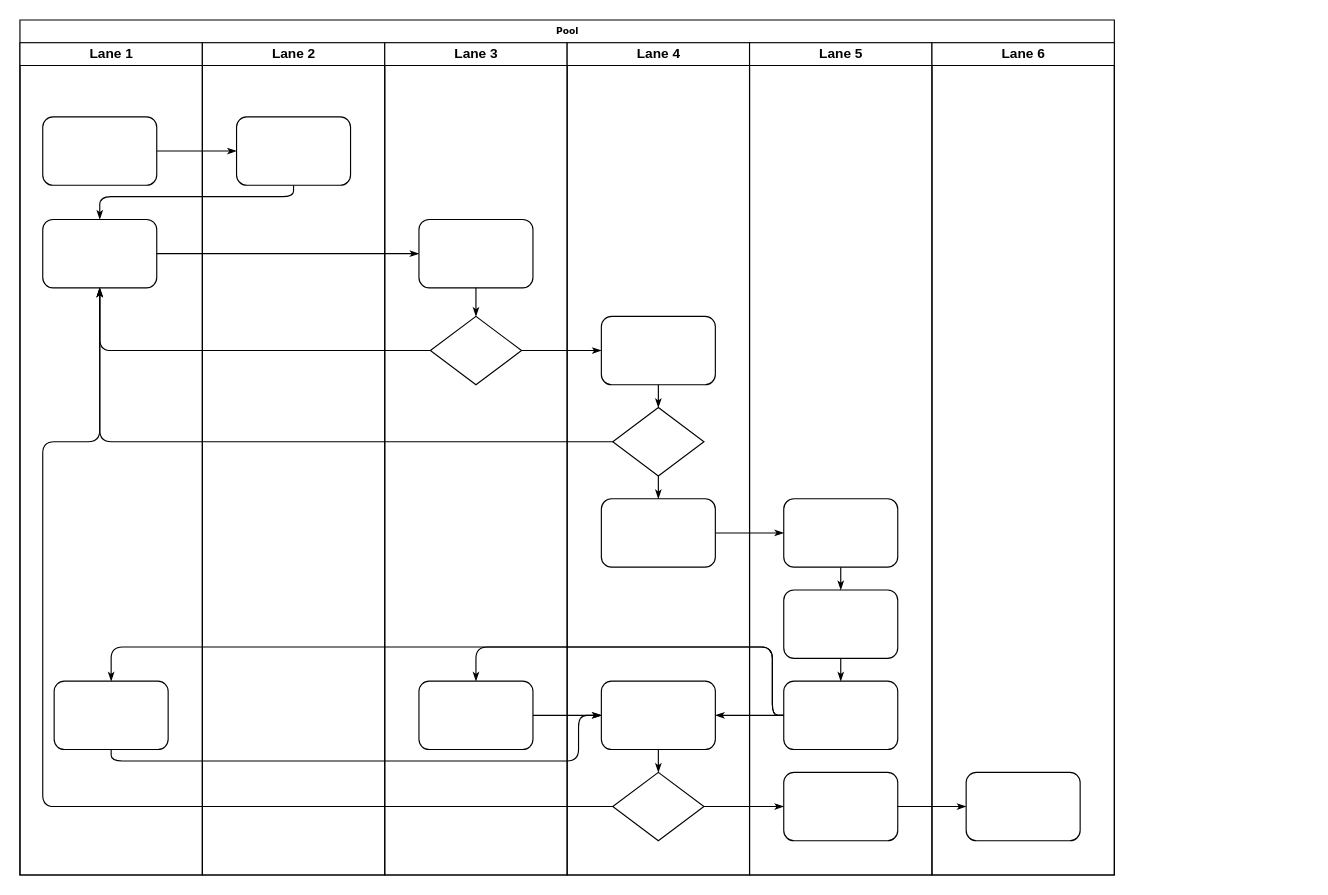
Before: 架构设计/未命名绘图.drawio in haiyunzhu/javaKnowledge, a draw.io diagram. Source tidied: cells renumbered, new cells numbered last; positions are measured from the earlier drawing's top-left corner, leaving out a move shared by most shapes. Both pictures are drawn from the tidied source at 114%, with x=0, y=0 at pixel (19, 19).
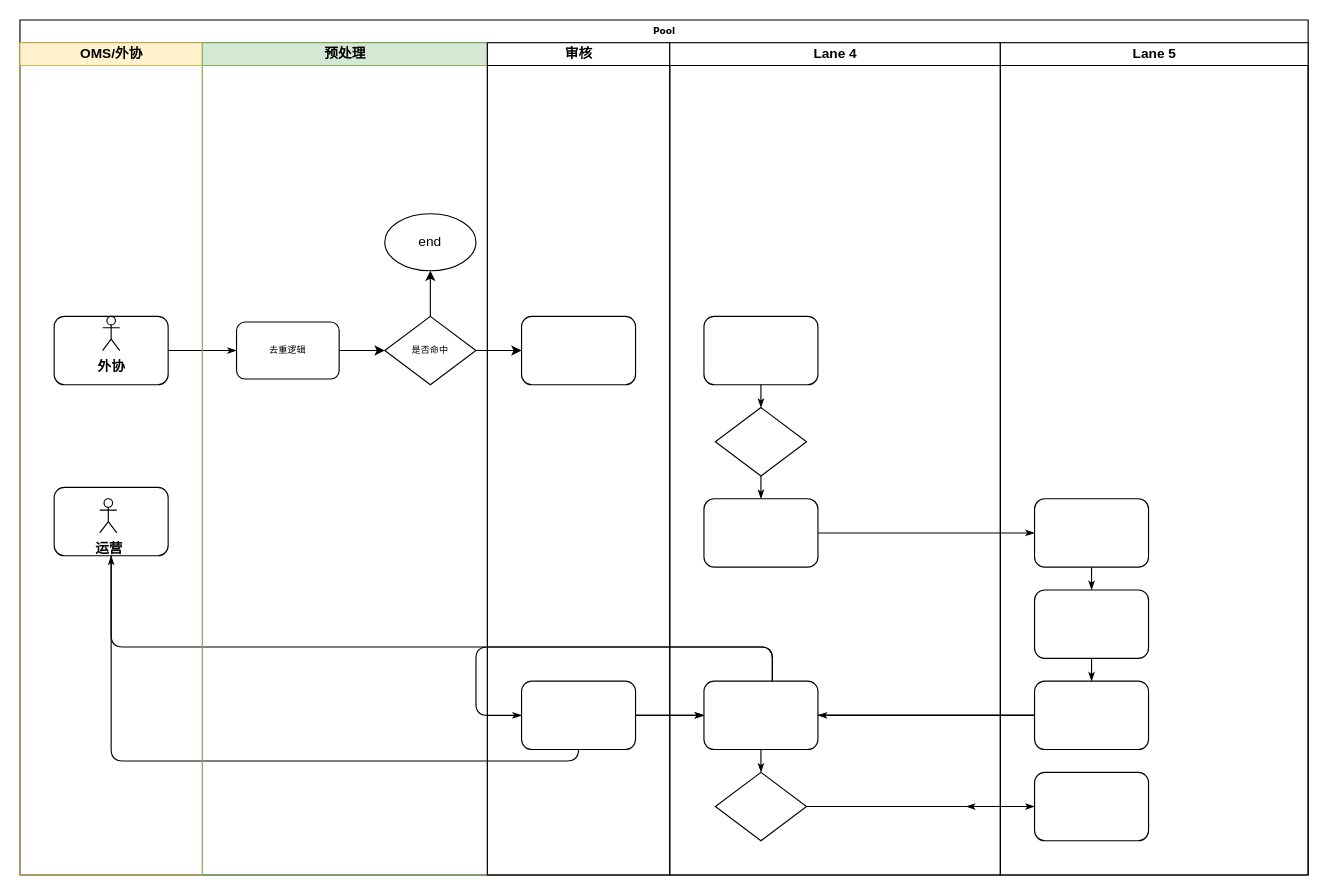
The same page after the edit.

Commit message:
未命名绘图.drawio

The change refers to these unchanged cells:
```xml
<mxCell id="30" style="rounded=1;whiteSpace=wrap;html=1;shadow=0;labelBackgroundColor=none;strokeWidth=1;fontFamily=Verdana;fontSize=8;align=center;" parent="29" vertex="1">
  <mxGeometry x="30" y="240" width="100" height="60" as="geometry" />
</mxCell>
<mxCell id="31" style="rhombus;whiteSpace=wrap;html=1;rounded=0;shadow=0;labelBackgroundColor=none;strokeWidth=1;fontFamily=Verdana;fontSize=8;align=center;" parent="29" vertex="1">
  <mxGeometry x="40" y="320" width="80" height="60" as="geometry" />
</mxCell>
<mxCell id="34" style="rhombus;whiteSpace=wrap;html=1;rounded=0;shadow=0;labelBackgroundColor=none;strokeWidth=1;fontFamily=Verdana;fontSize=8;align=center;" parent="29" vertex="1">
  <mxGeometry x="40" y="640" width="80" height="60" as="geometry" />
</mxCell>
<mxCell id="42" style="rounded=1;whiteSpace=wrap;html=1;shadow=0;labelBackgroundColor=none;strokeWidth=1;fontFamily=Verdana;fontSize=8;align=center;" parent="38" vertex="1">
  <mxGeometry x="30" y="640" width="100" height="60" as="geometry" />
</mxCell>
```

The edit, as a diff of the source:
```diff
@@
     <mxCell id="2" value="Pool" style="swimlane;html=1;startSize=20;rounded=0;shadow=0;labelBackgroundColor=none;strokeWidth=1;fontFamily=Verdana;fontSize=8;align=center;" parent="1" vertex="1">
-      <mxGeometry width="960" height="750" as="geometry" />
+      <mxGeometry width="1130" height="750" as="geometry" />
     </mxCell>
-    <mxCell id="3" value="Lane 1" style="swimlane;html=1;startSize=20;" parent="2" vertex="1">
+    <mxCell id="3" value="OMS/外协" style="swimlane;html=1;startSize=20;fillColor=#fff2cc;strokeColor=#d6b656;" parent="2" vertex="1">
       <mxGeometry y="20" width="160" height="730" as="geometry" />
     </mxCell>
     <mxCell id="4" style="rounded=1;whiteSpace=wrap;html=1;shadow=0;labelBackgroundColor=none;strokeWidth=1;fontFamily=Verdana;fontSize=8;align=center;" parent="3" vertex="1">
-      <mxGeometry x="20" y="65" width="100" height="60" as="geometry" />
+      <mxGeometry x="30" y="240" width="100" height="60" as="geometry" />
     </mxCell>
-    <mxCell id="5" style="rounded=1;whiteSpace=wrap;html=1;shadow=0;labelBackgroundColor=none;strokeWidth=1;fontFamily=Verdana;fontSize=8;align=center;" parent="3" vertex="1">
-      <mxGeometry x="20" y="155" width="100" height="60" as="geometry" />
-    </mxCell>
     <mxCell id="6" style="rounded=1;whiteSpace=wrap;html=1;shadow=0;labelBackgroundColor=none;strokeWidth=1;fontFamily=Verdana;fontSize=8;align=center;" parent="3" vertex="1">
-      <mxGeometry x="30" y="560" width="100" height="60" as="geometry" />
+      <mxGeometry x="30" y="390" width="100" height="60" as="geometry" />
     </mxCell>
+    <mxCell id="47" value="&lt;b&gt;外协&lt;/b&gt;" style="shape=umlActor;verticalLabelPosition=bottom;verticalAlign=top;html=1;" parent="3" vertex="1">
+      <mxGeometry x="72.5" y="240" width="15" height="30" as="geometry" />
+    </mxCell>
@@
-    <mxCell id="8" style="edgeStyle=orthogonalEdgeStyle;rounded=1;html=1;labelBackgroundColor=none;startArrow=none;startFill=0;startSize=5;endArrow=classicThin;endFill=1;endSize=5;jettySize=auto;strokeWidth=1;fontFamily=Verdana;fontSize=8;" parent="2" edge="1" source="23" target="5">
-      <mxGeometry relative="1" as="geometry">
-        <Array as="points">
-          <mxPoint x="240" y="155" />
-          <mxPoint x="70" y="155" />
-        </Array>
-      </mxGeometry>
-    </mxCell>
-    <mxCell id="9" style="edgeStyle=orthogonalEdgeStyle;rounded=1;html=1;labelBackgroundColor=none;startArrow=none;startFill=0;startSize=5;endArrow=classicThin;endFill=1;endSize=5;jettySize=auto;strokeWidth=1;fontFamily=Verdana;fontSize=8;" parent="2" edge="1" source="5" target="25">
-      <mxGeometry relative="1" as="geometry" />
-    </mxCell>
-    <mxCell id="10" style="edgeStyle=orthogonalEdgeStyle;rounded=1;html=1;labelBackgroundColor=none;startArrow=none;startFill=0;startSize=5;endArrow=classicThin;endFill=1;endSize=5;jettySize=auto;strokeWidth=1;fontFamily=Verdana;fontSize=8;" parent="2" edge="1" source="26" target="5">
-      <mxGeometry relative="1" as="geometry" />
-    </mxCell>
-    <mxCell id="11" style="edgeStyle=orthogonalEdgeStyle;rounded=1;html=1;labelBackgroundColor=none;startArrow=none;startFill=0;startSize=5;endArrow=classicThin;endFill=1;endSize=5;jettySize=auto;strokeWidth=1;fontFamily=Verdana;fontSize=8;" parent="2" edge="1" source="31" target="5">
-      <mxGeometry relative="1" as="geometry" />
-    </mxCell>
-    <mxCell id="12" style="edgeStyle=orthogonalEdgeStyle;rounded=1;html=1;labelBackgroundColor=none;startArrow=none;startFill=0;startSize=5;endArrow=classicThin;endFill=1;endSize=5;jettySize=auto;strokeWidth=1;fontFamily=Verdana;fontSize=8;" parent="2" edge="1" source="34" target="5">
-      <mxGeometry relative="1" as="geometry">
-        <Array as="points">
-          <mxPoint x="20" y="690" />
-          <mxPoint x="20" y="370" />
-          <mxPoint x="70" y="370" />
-        </Array>
-      </mxGeometry>
-    </mxCell>
-    <mxCell id="13" style="edgeStyle=orthogonalEdgeStyle;rounded=1;html=1;labelBackgroundColor=none;startArrow=none;startFill=0;startSize=5;endArrow=classicThin;endFill=1;endSize=5;jettySize=auto;strokeWidth=1;fontFamily=Verdana;fontSize=8;" parent="2" edge="1" source="26" target="30">
-      <mxGeometry relative="1" as="geometry" />
-    </mxCell>
@@
-    <mxCell id="15" style="edgeStyle=orthogonalEdgeStyle;rounded=1;html=1;labelBackgroundColor=none;startArrow=none;startFill=0;startSize=5;endArrow=classicThin;endFill=1;endSize=5;jettySize=auto;strokeWidth=1;fontFamily=Verdana;fontSize=8;" parent="2" edge="1" source="42" target="46">
-      <mxGeometry relative="1" as="geometry" />
+    <mxCell id="15" style="edgeStyle=orthogonalEdgeStyle;rounded=1;html=1;labelBackgroundColor=none;startArrow=none;startFill=0;startSize=5;endArrow=classicThin;endFill=1;endSize=5;jettySize=auto;strokeWidth=1;fontFamily=Verdana;fontSize=8;" parent="2" edge="1" source="42">
+      <mxGeometry relative="1" as="geometry">
+        <mxPoint x="830" y="690" as="targetPoint" />
+      </mxGeometry>
     </mxCell>
@@
-    <mxCell id="22" value="Lane 2" style="swimlane;html=1;startSize=20;" parent="2" vertex="1">
-      <mxGeometry x="160" y="20" width="160" height="730" as="geometry" />
+    <mxCell id="22" value="预处理" style="swimlane;html=1;startSize=20;fillColor=#d5e8d4;strokeColor=#82b366;" parent="2" vertex="1">
+      <mxGeometry x="160" y="20" width="250" height="730" as="geometry" />
     </mxCell>
+    <mxCell id="48" style="edgeStyle=orthogonalEdgeStyle;rounded=1;jettySize=auto;html=1;exitX=1;exitY=0.5;exitDx=0;exitDy=0;entryX=0;entryY=0.5;entryDx=0;entryDy=0;" parent="22" edge="1" source="23" target="49">
+      <mxGeometry relative="1" as="geometry" />
+    </mxCell>
-    <mxCell id="23" style="rounded=1;whiteSpace=wrap;html=1;shadow=0;labelBackgroundColor=none;strokeWidth=1;fontFamily=Verdana;fontSize=8;align=center;" parent="22" vertex="1">
-      <mxGeometry x="30" y="65" width="100" height="60" as="geometry" />
+    <mxCell id="23" value="去重逻辑" style="rounded=1;whiteSpace=wrap;html=1;shadow=0;labelBackgroundColor=none;strokeWidth=1;fontFamily=Verdana;fontSize=8;align=center;" parent="22" vertex="1">
+      <mxGeometry x="30" y="245" width="90" height="50" as="geometry" />
     </mxCell>
+    <mxCell id="49" value="是否命中" style="rhombus;whiteSpace=wrap;html=1;rounded=0;shadow=0;labelBackgroundColor=none;strokeWidth=1;fontFamily=Verdana;fontSize=8;align=center;" parent="22" vertex="1">
+      <mxGeometry x="160" y="240" width="80" height="60" as="geometry" />
+    </mxCell>
+    <mxCell id="50" value="end" style="ellipse;whiteSpace=wrap;html=1;" parent="22" vertex="1">
+      <mxGeometry x="160" y="150" width="80" height="50" as="geometry" />
+    </mxCell>
-    <mxCell id="24" value="Lane 3" style="swimlane;html=1;startSize=20;" parent="2" vertex="1">
-      <mxGeometry x="320" y="20" width="160" height="730" as="geometry" />
+    <mxCell id="24" value="审核" style="swimlane;html=1;startSize=20;" parent="2" vertex="1">
+      <mxGeometry x="410" y="20" width="160" height="730" as="geometry" />
     </mxCell>
     <mxCell id="25" style="rounded=1;whiteSpace=wrap;html=1;shadow=0;labelBackgroundColor=none;strokeWidth=1;fontFamily=Verdana;fontSize=8;align=center;" parent="24" vertex="1">
-      <mxGeometry x="30" y="155" width="100" height="60" as="geometry" />
+      <mxGeometry x="30" y="240" width="100" height="60" as="geometry" />
     </mxCell>
-    <mxCell id="26" style="rhombus;whiteSpace=wrap;html=1;rounded=0;shadow=0;labelBackgroundColor=none;strokeWidth=1;fontFamily=Verdana;fontSize=8;align=center;" parent="24" vertex="1">
-      <mxGeometry x="40" y="240" width="80" height="60" as="geometry" />
-    </mxCell>
@@
-    <mxCell id="28" style="edgeStyle=orthogonalEdgeStyle;rounded=1;html=1;labelBackgroundColor=none;startArrow=none;startFill=0;startSize=5;endArrow=classicThin;endFill=1;endSize=5;jettySize=auto;strokeWidth=1;fontFamily=Verdana;fontSize=8;" parent="24" edge="1" source="25" target="26">
-      <mxGeometry relative="1" as="geometry" />
-    </mxCell>
     <mxCell id="29" value="Lane 4" style="swimlane;html=1;startSize=20;" parent="2" vertex="1">
-      <mxGeometry x="480" y="20" width="160" height="730" as="geometry" />
+      <mxGeometry x="570" y="20" width="290" height="730" as="geometry" />
     </mxCell>
@@
     <mxCell id="38" value="Lane 5" style="swimlane;html=1;startSize=20;" parent="2" vertex="1">
-      <mxGeometry x="640" y="20" width="160" height="730" as="geometry" />
+      <mxGeometry x="860" y="20" width="270" height="730" as="geometry" />
     </mxCell>
@@
-    <mxCell id="45" value="Lane 6" style="swimlane;html=1;startSize=20;" parent="2" vertex="1">
-      <mxGeometry x="800" y="20" width="160" height="730" as="geometry" />
-    </mxCell>
-    <mxCell id="46" style="rounded=1;whiteSpace=wrap;html=1;shadow=0;labelBackgroundColor=none;strokeWidth=1;fontFamily=Verdana;fontSize=8;align=center;" parent="45" vertex="1">
-      <mxGeometry x="30" y="640" width="100" height="60" as="geometry" />
-    </mxCell>
+    <mxCell id="51" style="edgeStyle=orthogonalEdgeStyle;rounded=1;jettySize=auto;html=1;exitX=1;exitY=0.5;exitDx=0;exitDy=0;entryX=0;entryY=0.5;entryDx=0;entryDy=0;" parent="2" edge="1" source="49" target="25">
+      <mxGeometry relative="1" as="geometry" />
+    </mxCell>
+    <mxCell id="52" value="&lt;b&gt;运营&lt;/b&gt;" style="shape=umlActor;verticalLabelPosition=bottom;verticalAlign=top;html=1;" parent="1" vertex="1">
+      <mxGeometry x="70" y="420" width="15" height="30" as="geometry" />
+    </mxCell>
+    <mxCell id="53" style="edgeStyle=orthogonalEdgeStyle;rounded=1;jettySize=auto;html=1;exitX=0.5;exitY=0;exitDx=0;exitDy=0;" parent="1" edge="1" source="49">
+      <mxGeometry relative="1" as="geometry">
+        <mxPoint x="360" y="220" as="targetPoint" />
+      </mxGeometry>
+    </mxCell>
```
